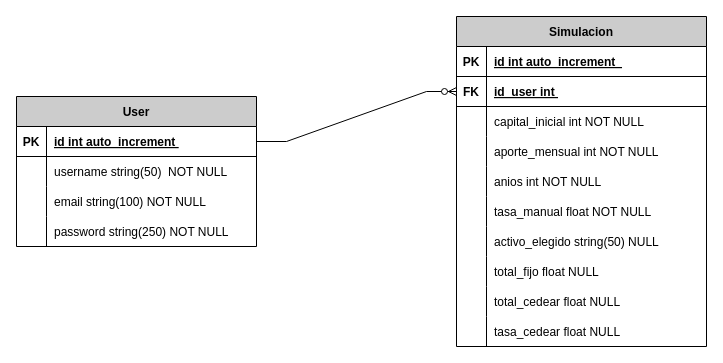
This is static/diagrama_entidad_relacion/cedearpy_diagrama_der.drawio from marianoborgini1/compound_interest_cedearpy, a draw.io file, before an edit. Source tidied: cells renumbered, new cells numbered last; positions are measured from the earlier drawing's top-left corner, leaving out a move shared by most shapes. Both pictures are drawn from the tidied source at 100%, with x=0, y=0 at pixel (16, 16).
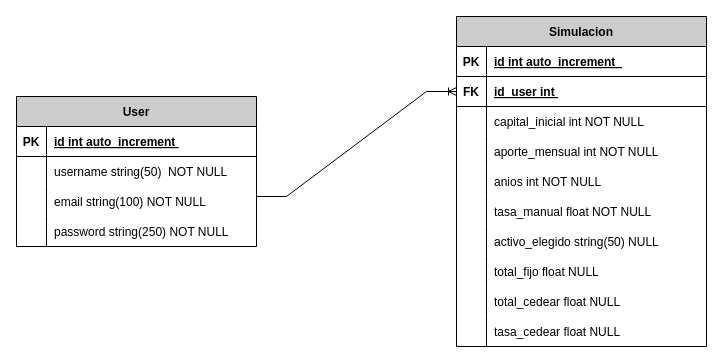
Above is the later version.

Commit message (it also covers changes not shown here):
Diagrama DER actualizado

The change refers to these unchanged cells:
```xml
<mxCell id="3" style="shape=partialRectangle;fillColor=none;points=[[0,0.5],[1,0.5]];portConstraint=eastwest;top=0;left=0;right=0;bottom=1;" parent="2" vertex="1">
  <mxGeometry y="30" width="240" height="30" as="geometry" />
</mxCell>
<mxCell id="19" style="shape=partialRectangle;fillColor=none;points=[[0,0.5],[1,0.5]];portConstraint=eastwest;top=0;left=0;right=0;bottom=1;" parent="15" vertex="1">
  <mxGeometry y="60" width="250" height="30" as="geometry" />
</mxCell>
```

The edit, as a diff of the source:
```diff
@@
-    <mxCell id="46" style="edgeStyle=entityRelationEdgeStyle;fontSize=12;html=1;endArrow=ERzeroToMany;endFill=1;rounded=0;exitX=1;exitY=0.5;exitDx=0;exitDy=0;entryX=0;entryY=0.5;entryDx=0;entryDy=0;" parent="1" edge="1" source="3" target="19">
-      <mxGeometry relative="1" as="geometry" />
-    </mxCell>
+    <mxCell id="47" style="edgeStyle=entityRelationEdgeStyle;fontSize=12;html=1;endArrow=ERoneToMany;rounded=0;entryX=0;entryY=0.5;entryDx=0;entryDy=0;" parent="1" edge="1" target="19">
+      <mxGeometry relative="1" as="geometry">
+        <mxPoint x="240" y="180" as="sourcePoint" />
+      </mxGeometry>
+    </mxCell>
```
